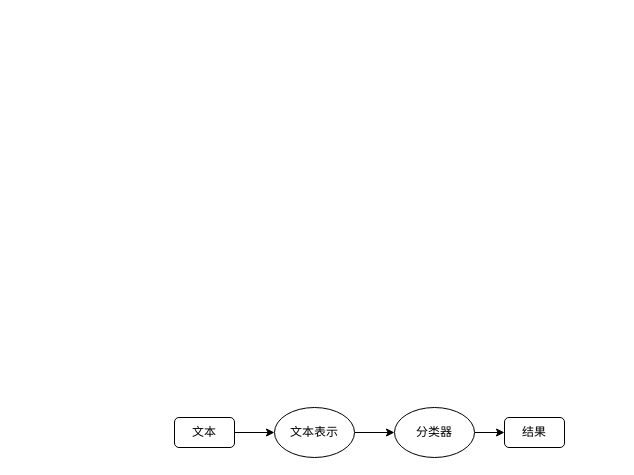
The draw.io diagram docs/pipeline.dio in GingerNg/kesci_question_multilabel_classification, before the edit. Source tidied: cells renumbered, new cells numbered last; positions are measured from the earlier drawing's top-left corner, leaving out a move shared by most shapes. Both pictures are drawn from the tidied source at 100%, with x=0, y=0 at pixel (174, 407).
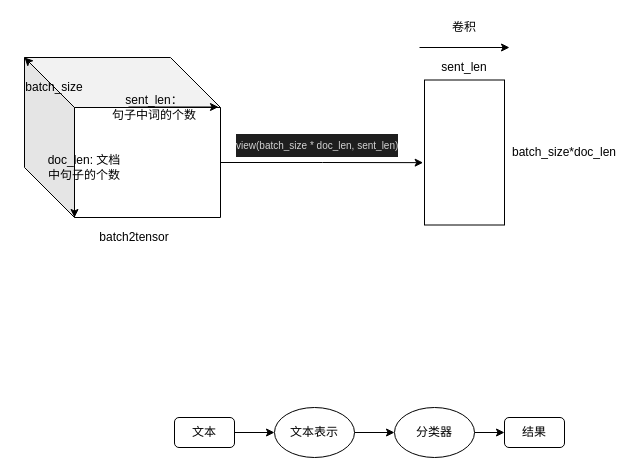
After the change.

The edit, as a diff of the source:
```diff
@@
+    <mxCell id="9" style="group;" parent="1" vertex="1">
+      <mxGeometry x="-150" y="-350" width="196" height="190" as="geometry" />
+    </mxCell>
+    <mxCell id="10" style="shape=cube;whiteSpace=wrap;html=1;boundedLbl=1;backgroundOutline=1;darkOpacity=0.05;darkOpacity2=0.1;size=50;" parent="9" vertex="1">
+      <mxGeometry width="196" height="160" as="geometry" />
+    </mxCell>
+    <mxCell id="11" value="batch_size" style="text;html=1;strokeColor=none;fillColor=none;align=center;verticalAlign=middle;whiteSpace=wrap;rounded=0;" parent="9" vertex="1">
+      <mxGeometry x="10" y="20" width="40" height="20" as="geometry" />
+    </mxCell>
+    <mxCell id="12" value="sent_len：&lt;br&gt;句子中词的个数" style="text;html=1;strokeColor=none;fillColor=none;align=center;verticalAlign=middle;whiteSpace=wrap;rounded=0;" parent="9" vertex="1">
+      <mxGeometry x="80" y="40" width="100" height="20" as="geometry" />
+    </mxCell>
+    <mxCell id="13" value="doc_len: 文档中句子的个数" style="text;html=1;strokeColor=none;fillColor=none;align=center;verticalAlign=middle;whiteSpace=wrap;rounded=0;" parent="9" vertex="1">
+      <mxGeometry x="20" y="100" width="80" height="20" as="geometry" />
+    </mxCell>
+    <mxCell id="14" value="batch2tensor" style="text;html=1;strokeColor=none;fillColor=none;align=center;verticalAlign=middle;whiteSpace=wrap;rounded=0;" parent="9" vertex="1">
+      <mxGeometry x="90" y="170" width="40" height="20" as="geometry" />
+    </mxCell>
+    <mxCell id="15" style="endArrow=classic;html=1;entryX=0;entryY=0;entryDx=0;entryDy=0;entryPerimeter=0;" parent="9" edge="1" target="10">
+      <mxGeometry relative="1" as="geometry">
+        <mxPoint x="50" y="50" as="sourcePoint" />
+      </mxGeometry>
+    </mxCell>
+    <mxCell id="16" style="endArrow=classic;html=1;" parent="9" edge="1">
+      <mxGeometry relative="1" as="geometry">
+        <mxPoint x="104" y="49.5" as="sourcePoint" />
+        <mxPoint x="194" y="49.5" as="targetPoint" />
+      </mxGeometry>
+    </mxCell>
+    <mxCell id="17" style="endArrow=classic;html=1;" parent="9" edge="1">
+      <mxGeometry relative="1" as="geometry">
+        <mxPoint x="50" y="70" as="sourcePoint" />
+        <mxPoint x="50" y="160" as="targetPoint" />
+      </mxGeometry>
+    </mxCell>
+    <mxCell id="18" style="rounded=0;whiteSpace=wrap;html=1;" parent="1" vertex="1">
+      <mxGeometry x="250" y="-327.5" width="80" height="145" as="geometry" />
+    </mxCell>
+    <mxCell id="19" value="&lt;div style=&quot;color: rgb(212 , 212 , 212) ; background-color: rgb(30 , 30 , 30) ; font-weight: normal ; line-height: 22px&quot;&gt;&lt;div&gt;&lt;span style=&quot;color: rgb(212 , 212 , 212)&quot;&gt;&lt;font style=&quot;font-size: 10px&quot;&gt;view(batch_size * doc_len, sent_len)&lt;/font&gt;&lt;/span&gt;&lt;/div&gt;&lt;/div&gt;" style="text;whiteSpace=wrap;html=1;" parent="1" vertex="1">
+      <mxGeometry x="60" y="-280" width="174" height="30" as="geometry" />
+    </mxCell>
+    <mxCell id="20" style="edgeStyle=orthogonalEdgeStyle;rounded=0;jettySize=auto;html=1;exitX=0;exitY=0;exitDx=196;exitDy=105;exitPerimeter=0;entryX=-0.017;entryY=0.57;entryDx=0;entryDy=0;entryPerimeter=0;" parent="1" edge="1" source="10" target="18">
+      <mxGeometry relative="1" as="geometry" />
+    </mxCell>
+    <mxCell id="21" value="batch_size*doc_len" style="text;html=1;strokeColor=none;fillColor=none;align=center;verticalAlign=middle;whiteSpace=wrap;rounded=0;" parent="1" vertex="1">
+      <mxGeometry x="370" y="-265" width="40" height="20" as="geometry" />
+    </mxCell>
+    <mxCell id="22" value="sent_len" style="text;html=1;strokeColor=none;fillColor=none;align=center;verticalAlign=middle;whiteSpace=wrap;rounded=0;" parent="1" vertex="1">
+      <mxGeometry x="270" y="-350" width="40" height="20" as="geometry" />
+    </mxCell>
+    <mxCell id="23" style="endArrow=classic;html=1;" parent="1" edge="1">
+      <mxGeometry relative="1" as="geometry">
+        <mxPoint x="245" y="-360" as="sourcePoint" />
+        <mxPoint x="335" y="-360" as="targetPoint" />
+      </mxGeometry>
+    </mxCell>
+    <mxCell id="24" value="卷积" style="text;html=1;strokeColor=none;fillColor=none;align=center;verticalAlign=middle;whiteSpace=wrap;rounded=0;" parent="1" vertex="1">
+      <mxGeometry x="270" y="-390" width="40" height="20" as="geometry" />
+    </mxCell>
```
